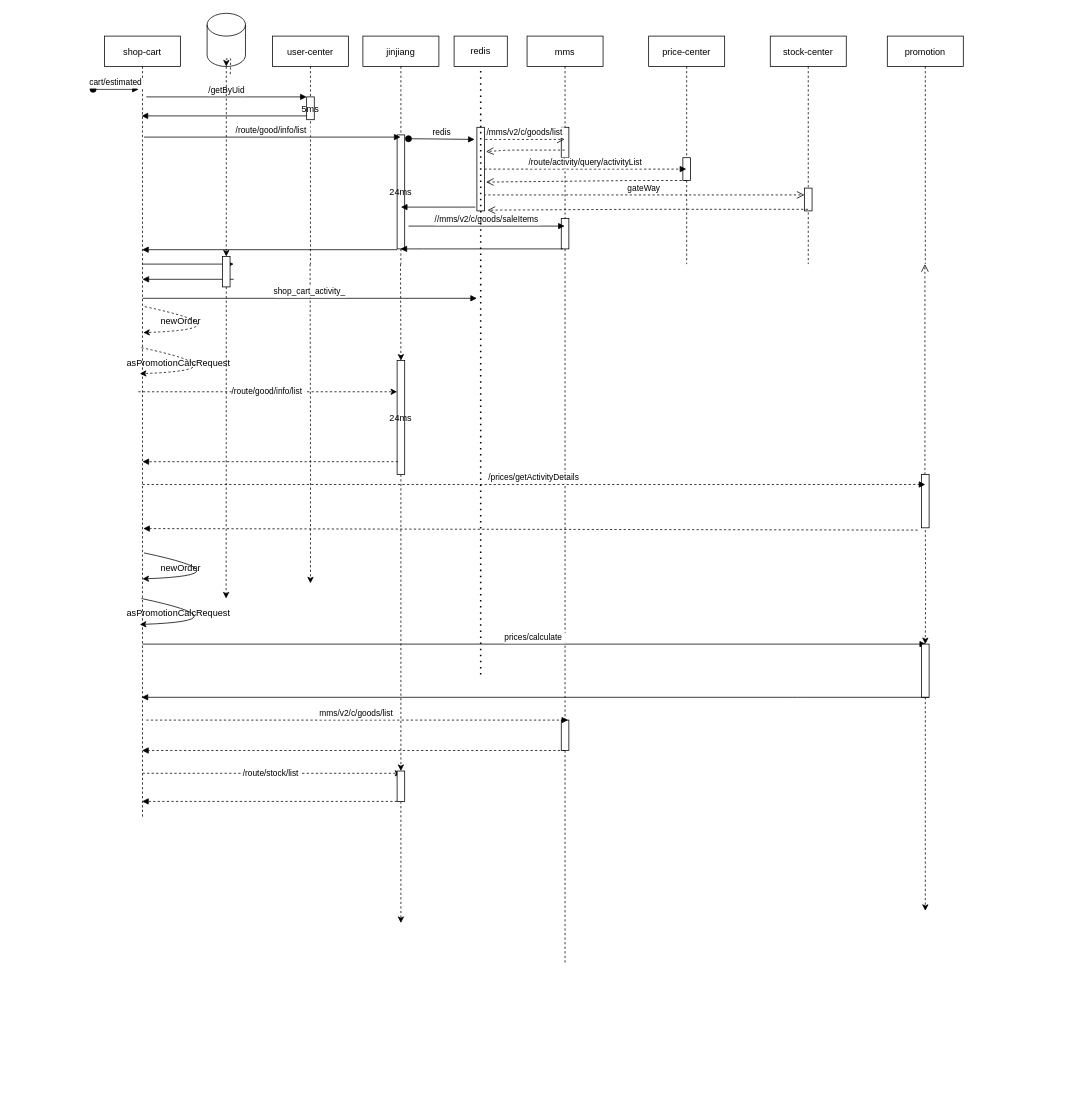
Earlier version of the draw.io diagram Untitled Diagram.drawio (liu11476/liujia_repository). Source tidied: cells renumbered, new cells numbered last; positions are measured from the earlier drawing's top-left corner, leaving out a move shared by most shapes. Both pictures are drawn from the tidied source at 76%, with x=0, y=0 at pixel (93, 13).
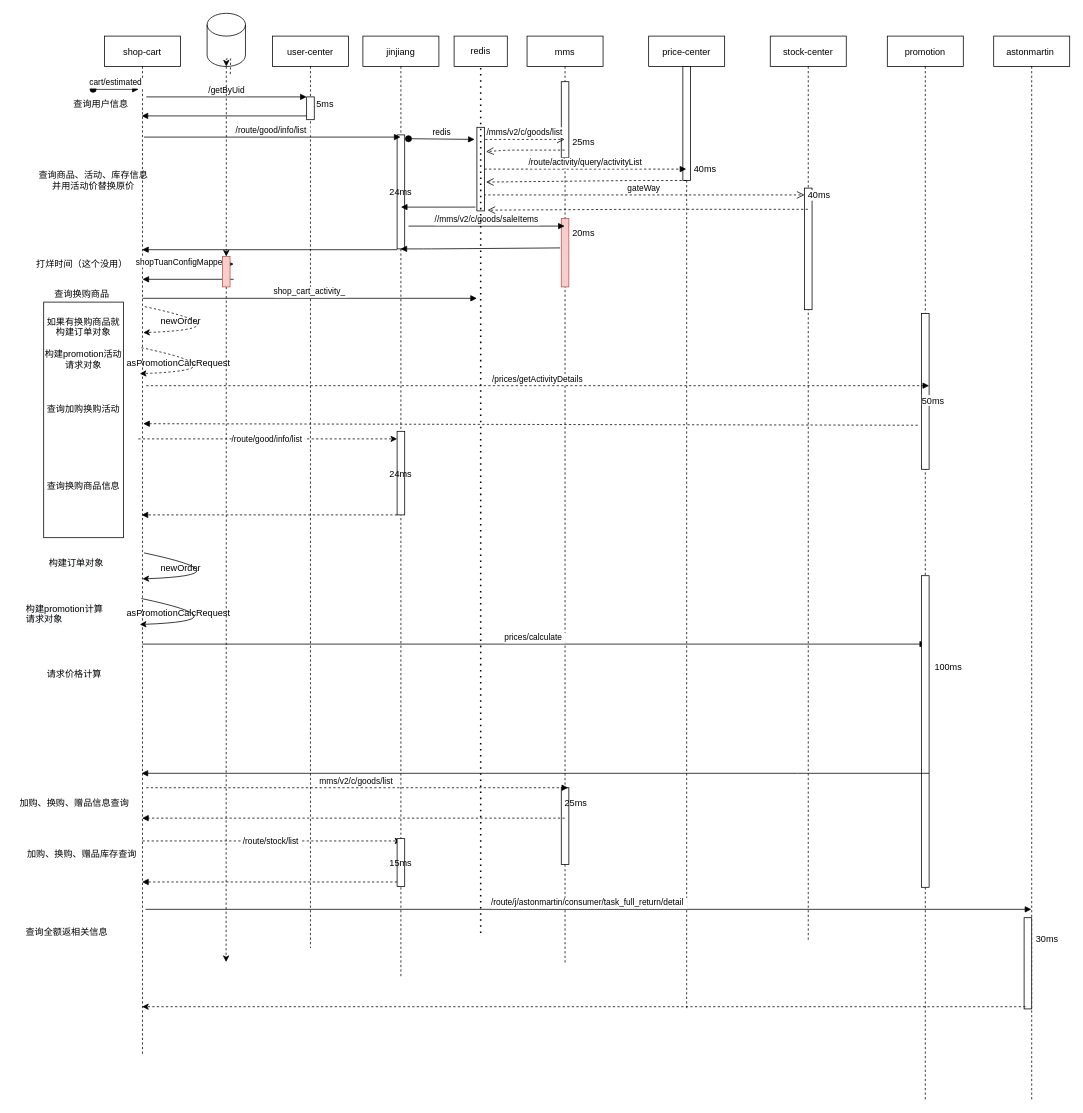
The same page after the edit.

The change refers to these unchanged cells:
```xml
<mxCell id="15" value="mms" style="shape=umlLifeline;perimeter=lifelinePerimeter;rounded=0;shadow=0;strokeWidth=1;" parent="1" vertex="1">
  <mxGeometry x="571" y="30" width="100" height="1220" as="geometry" />
</mxCell>
<mxCell id="34" value="redis" style="whiteSpace=wrap;html=1;" parent="1" vertex="1">
  <mxGeometry x="475" y="30" width="70" height="40" as="geometry" />
</mxCell>
<mxCell id="47" style="endArrow=classic;html=1;" parent="1" edge="1" source="2">
  <mxGeometry relative="1" as="geometry">
    <mxPoint x="185" y="330" as="targetPoint" />
  </mxGeometry>
</mxCell>
```

The edit, as a diff of the source:
```diff
@@
     <mxCell id="2" value="shop-cart" style="shape=umlLifeline;perimeter=lifelinePerimeter;rounded=0;shadow=0;strokeWidth=1;" parent="1" vertex="1">
-      <mxGeometry x="15" y="30" width="100" height="1030" as="geometry" />
+      <mxGeometry x="15" y="30" width="100" height="1340" as="geometry" />
     </mxCell>
@@
-    <mxCell id="4" style="edgeStyle=orthogonalEdgeStyle;rounded=0;jettySize=auto;html=1;dashed=1;" parent="1" edge="1" source="5">
-      <mxGeometry relative="1" as="geometry">
-        <mxPoint x="286" y="750" as="targetPoint" />
-      </mxGeometry>
-    </mxCell>
     <mxCell id="5" value="user-center" style="shape=umlLifeline;perimeter=lifelinePerimeter;rounded=0;shadow=0;strokeWidth=1;" parent="1" vertex="1">
-      <mxGeometry x="236" y="30" width="100" height="300" as="geometry" />
+      <mxGeometry x="236" y="30" width="100" height="1200" as="geometry" />
     </mxCell>
-    <mxCell id="6" value="5ms" style="points=[];perimeter=orthogonalPerimeter;rounded=0;shadow=0;strokeWidth=1;" parent="5" vertex="1">
+    <mxCell id="6" style="points=[];perimeter=orthogonalPerimeter;rounded=0;shadow=0;strokeWidth=1;" parent="5" vertex="1">
       <mxGeometry x="45" y="80" width="10" height="30" as="geometry" />
     </mxCell>
@@
-    <mxCell id="9" style="edgeStyle=orthogonalEdgeStyle;rounded=0;jettySize=auto;html=1;dashed=1;" parent="1" edge="1" source="66">
-      <mxGeometry relative="1" as="geometry">
-        <mxPoint x="405" y="1197" as="targetPoint" />
-      </mxGeometry>
-    </mxCell>
     <mxCell id="10" value="jinjiang" style="shape=umlLifeline;perimeter=lifelinePerimeter;rounded=0;shadow=0;strokeWidth=1;" parent="1" vertex="1">
-      <mxGeometry x="355" y="30" width="100" height="300" as="geometry" />
+      <mxGeometry x="355" y="30" width="100" height="1240" as="geometry" />
     </mxCell>
@@
     <mxCell id="16" style="perimeter=orthogonalPerimeter;rounded=0;shadow=0;strokeWidth=1;" parent="15" vertex="1">
-      <mxGeometry x="45" y="120" width="10" height="40" as="geometry" />
+      <mxGeometry x="45" y="60" width="10" height="100" as="geometry" />
     </mxCell>
-    <mxCell id="17" style="points=[];perimeter=orthogonalPerimeter;rounded=0;shadow=0;strokeWidth=1;" parent="15" vertex="1">
-      <mxGeometry x="45" y="240" width="10" height="40" as="geometry" />
+    <mxCell id="17" style="points=[];perimeter=orthogonalPerimeter;rounded=0;shadow=0;strokeWidth=1;fillColor=#f8cecc;strokeColor=#b85450;" parent="15" vertex="1">
+      <mxGeometry x="45" y="240" width="10" height="90" as="geometry" />
     </mxCell>
     <mxCell id="18" style="perimeter=orthogonalPerimeter;rounded=0;shadow=0;strokeWidth=1;" parent="15" vertex="1">
-      <mxGeometry x="45" y="900" width="10" height="40" as="geometry" />
+      <mxGeometry x="45" y="989" width="10" height="101" as="geometry" />
     </mxCell>
@@
-    <mxCell id="22" style="verticalAlign=bottom;endArrow=block;shadow=0;strokeWidth=1;exitX=0.2;exitY=1;exitDx=0;exitDy=0;exitPerimeter=0;" parent="1" edge="1" source="17" target="10">
+    <mxCell id="22" style="verticalAlign=bottom;endArrow=block;shadow=0;strokeWidth=1;exitX=-0.15;exitY=0.43;exitDx=0;exitDy=0;exitPerimeter=0;" parent="1" edge="1" source="17" target="10">
       <mxGeometry relative="1" as="geometry">
         <Array as="points">
           <mxPoint x="445" y="310" />
         </Array>
       </mxGeometry>
     </mxCell>
     <mxCell id="23" value="price-center" style="shape=umlLifeline;perimeter=lifelinePerimeter;rounded=0;shadow=0;strokeWidth=1;" parent="1" vertex="1">
-      <mxGeometry x="731" y="30" width="100" height="300" as="geometry" />
+      <mxGeometry x="731" y="30" width="100" height="1280" as="geometry" />
     </mxCell>
     <mxCell id="24" style="perimeter=orthogonalPerimeter;rounded=0;shadow=0;strokeWidth=1;" parent="23" vertex="1">
-      <mxGeometry x="45" y="160" width="10" height="30" as="geometry" />
+      <mxGeometry x="45" y="40" width="10" height="150" as="geometry" />
     </mxCell>
@@
     <mxCell id="28" value="stock-center" style="shape=umlLifeline;perimeter=lifelinePerimeter;rounded=0;shadow=0;strokeWidth=1;" parent="1" vertex="1">
-      <mxGeometry x="891" y="30" width="100" height="300" as="geometry" />
+      <mxGeometry x="891" y="30" width="100" height="1190" as="geometry" />
     </mxCell>
@@
     <mxCell id="30" style="points=[];perimeter=orthogonalPerimeter;rounded=0;shadow=0;strokeWidth=1;" parent="1" vertex="1">
-      <mxGeometry x="936" y="230" width="10" height="30" as="geometry" />
+      <mxGeometry x="936" y="230" width="10" height="160" as="geometry" />
     </mxCell>
@@
     <mxCell id="35" style="endArrow=none;dashed=1;html=1;dashPattern=1 3;strokeWidth=2;entryX=0.5;entryY=1;entryDx=0;entryDy=0;" parent="1" edge="1" target="34">
       <mxGeometry relative="1" as="geometry">
-        <mxPoint x="510" y="870" as="sourcePoint" />
+        <mxPoint x="510" y="1210" as="sourcePoint" />
       </mxGeometry>
     </mxCell>
@@
-    <mxCell id="41" style="edgeStyle=orthogonalEdgeStyle;rounded=0;jettySize=auto;html=1;dashed=1;" parent="1" edge="1" source="60">
-      <mxGeometry relative="1" as="geometry">
-        <mxPoint x="1095" y="1181" as="targetPoint" />
-      </mxGeometry>
-    </mxCell>
     <mxCell id="42" value="promotion" style="shape=umlLifeline;perimeter=lifelinePerimeter;rounded=0;shadow=0;strokeWidth=1;" parent="1" vertex="1">
-      <mxGeometry x="1045" y="30" width="100" height="300" as="geometry" />
+      <mxGeometry x="1045" y="30" width="100" height="1400" as="geometry" />
     </mxCell>
-    <mxCell id="43" style="verticalAlign=bottom;endArrow=open;dashed=1;endSize=8;shadow=0;strokeWidth=1;" parent="1" edge="1" source="44" target="42">
-      <mxGeometry relative="1" as="geometry" />
-    </mxCell>
-    <mxCell id="44" style="points=[];perimeter=orthogonalPerimeter;rounded=0;shadow=0;strokeWidth=1;" parent="1" vertex="1">
-      <mxGeometry x="1090" y="607" width="10" height="70" as="geometry" />
+    <mxCell id="44" style="points=[];perimeter=orthogonalPerimeter;rounded=0;shadow=0;strokeWidth=1;" parent="42" vertex="1">
+      <mxGeometry x="45" y="365" width="10" height="205" as="geometry" />
     </mxCell>
     <mxCell id="45" value="/prices/getActivityDetails" style="verticalAlign=bottom;endArrow=block;shadow=0;strokeWidth=1;dashed=1;" parent="1" edge="1">
       <mxGeometry relative="1" as="geometry">
-        <mxPoint x="65" y="620" as="sourcePoint" />
-        <mxPoint x="1095" y="620" as="targetPoint" />
+        <mxPoint x="70" y="490" as="sourcePoint" />
+        <mxPoint x="1100" y="490" as="targetPoint" />
       </mxGeometry>
     </mxCell>
     <mxCell id="46" style="edgeStyle=orthogonalEdgeStyle;rounded=0;jettySize=auto;html=1;dashed=1;exitX=0.5;exitY=1;exitDx=0;exitDy=0;" parent="1" edge="1" source="51">
       <mxGeometry relative="1" as="geometry">
-        <mxPoint x="175" y="770" as="targetPoint" />
+        <mxPoint x="175" y="1248.3" as="targetPoint" />
       </mxGeometry>
     </mxCell>
@@
+    <mxCell id="72" value="shopTuanConfigMapper" style="edgeLabel;html=1;align=center;verticalAlign=middle;" parent="47" vertex="1">
+      <mxGeometry x="-0.17" y="3" relative="1" as="geometry" />
+    </mxCell>
@@
-    <mxCell id="51" style="rounded=0;whiteSpace=wrap;html=1;" parent="1" vertex="1">
+    <mxCell id="51" style="rounded=0;whiteSpace=wrap;html=1;fillColor=#f8cecc;strokeColor=#b85450;" parent="1" vertex="1">
       <mxGeometry x="170.2" y="320" width="10" height="40" as="geometry" />
     </mxCell>
@@
     <mxCell id="53" style="verticalAlign=bottom;endArrow=block;shadow=0;strokeWidth=1;dashed=1;" parent="1" edge="1">
       <mxGeometry relative="1" as="geometry">
-        <mxPoint x="1085" y="680" as="sourcePoint" />
-        <mxPoint x="66" y="678" as="targetPoint" />
+        <mxPoint x="1085" y="542" as="sourcePoint" />
+        <mxPoint x="66" y="540" as="targetPoint" />
       </mxGeometry>
     </mxCell>
@@
     <mxCell id="58" value="&lt;span style=&quot;font-size: 11px&quot;&gt;/route/good/info/list&amp;nbsp;&lt;/span&gt;" style="endArrow=classic;html=1;dashed=1;" parent="1" edge="1">
       <mxGeometry relative="1" as="geometry">
-        <mxPoint x="59.5" y="498" as="sourcePoint" />
-        <mxPoint x="400" y="498" as="targetPoint" />
+        <mxPoint x="59.5" y="560" as="sourcePoint" />
+        <mxPoint x="400" y="560" as="targetPoint" />
       </mxGeometry>
     </mxCell>
@@
     <mxCell id="60" style="points=[];perimeter=orthogonalPerimeter;rounded=0;shadow=0;strokeWidth=1;" parent="1" vertex="1">
-      <mxGeometry x="1090" y="830" width="10" height="70" as="geometry" />
+      <mxGeometry x="1090" y="740" width="10" height="410" as="geometry" />
     </mxCell>
-    <mxCell id="61" style="edgeStyle=orthogonalEdgeStyle;rounded=0;jettySize=auto;html=1;dashed=1;" parent="1" edge="1" target="60">
-      <mxGeometry relative="1" as="geometry">
-        <mxPoint x="1095" y="680" as="sourcePoint" />
-      </mxGeometry>
-    </mxCell>
     <mxCell id="62" style="verticalAlign=bottom;endArrow=block;shadow=0;strokeWidth=1;exitX=0.2;exitY=1;exitDx=0;exitDy=0;exitPerimeter=0;" parent="1" edge="1">
       <mxGeometry relative="1" as="geometry">
-        <mxPoint x="1100" y="900" as="sourcePoint" />
-        <mxPoint x="63.8" y="900" as="targetPoint" />
+        <mxPoint x="1100" y="1000" as="sourcePoint" />
+        <mxPoint x="63.8" y="1000" as="targetPoint" />
         <Array as="points">
-          <mxPoint x="927" y="900" />
+          <mxPoint x="927" y="1000" />
         </Array>
       </mxGeometry>
     </mxCell>
     <mxCell id="63" value="mms/v2/c/goods/list " style="verticalAlign=bottom;endArrow=block;shadow=0;strokeWidth=1;dashed=1;" parent="1" edge="1">
       <mxGeometry relative="1" as="geometry">
-        <mxPoint x="70" y="930" as="sourcePoint" />
-        <mxPoint x="625" y="930" as="targetPoint" />
+        <mxPoint x="70" y="1019" as="sourcePoint" />
+        <mxPoint x="625" y="1019" as="targetPoint" />
       </mxGeometry>
     </mxCell>
     <mxCell id="64" style="verticalAlign=bottom;endArrow=block;shadow=0;strokeWidth=1;dashed=1;" parent="1" edge="1">
       <mxGeometry relative="1" as="geometry">
-        <mxPoint x="620.5" y="970" as="sourcePoint" />
-        <mxPoint x="64.5" y="970" as="targetPoint" />
+        <mxPoint x="620.5" y="1059" as="sourcePoint" />
+        <mxPoint x="64.5" y="1059" as="targetPoint" />
       </mxGeometry>
     </mxCell>
     <mxCell id="65" value="&lt;span style=&quot;font-size: 11px&quot;&gt;/route/stock/list&amp;nbsp;&lt;/span&gt;" style="endArrow=classic;html=1;dashed=1;" parent="1" edge="1">
       <mxGeometry relative="1" as="geometry">
-        <mxPoint x="65" y="1000" as="sourcePoint" />
-        <mxPoint x="405.5" y="1000" as="targetPoint" />
+        <mxPoint x="65" y="1089" as="sourcePoint" />
+        <mxPoint x="405.5" y="1089" as="targetPoint" />
       </mxGeometry>
     </mxCell>
-    <mxCell id="66" style="points=[];perimeter=orthogonalPerimeter;rounded=0;shadow=0;strokeWidth=1;" parent="1" vertex="1">
-      <mxGeometry x="400" y="997" width="10" height="40" as="geometry" />
+    <mxCell id="66" value="15ms" style="points=[];perimeter=orthogonalPerimeter;rounded=0;shadow=0;strokeWidth=1;" parent="1" vertex="1">
+      <mxGeometry x="400" y="1086" width="10" height="63" as="geometry" />
     </mxCell>
-    <mxCell id="67" style="edgeStyle=orthogonalEdgeStyle;rounded=0;jettySize=auto;html=1;dashed=1;" parent="1" edge="1" source="69" target="66">
-      <mxGeometry relative="1" as="geometry" />
-    </mxCell>
     <mxCell id="68" style="verticalAlign=bottom;endArrow=block;shadow=0;strokeWidth=1;exitX=0;exitY=1.007;exitDx=0;exitDy=0;exitPerimeter=0;dashed=1;" parent="1" edge="1">
       <mxGeometry relative="1" as="geometry">
-        <mxPoint x="400" y="1037" as="sourcePoint" />
-        <mxPoint x="64.5" y="1037" as="targetPoint" />
+        <mxPoint x="400" y="1143" as="sourcePoint" />
+        <mxPoint x="64.5" y="1143" as="targetPoint" />
       </mxGeometry>
     </mxCell>
     <mxCell id="69" value="24ms" style="points=[];perimeter=orthogonalPerimeter;rounded=0;shadow=0;strokeWidth=1;" parent="1" vertex="1">
-      <mxGeometry x="400" y="457" width="10" height="150" as="geometry" />
+      <mxGeometry x="400" y="550" width="10" height="110" as="geometry" />
     </mxCell>
-    <mxCell id="70" style="edgeStyle=orthogonalEdgeStyle;rounded=0;jettySize=auto;html=1;dashed=1;" parent="1" edge="1" source="10" target="69">
-      <mxGeometry relative="1" as="geometry" />
-    </mxCell>
     <mxCell id="71" style="verticalAlign=bottom;endArrow=block;shadow=0;strokeWidth=1;exitX=0;exitY=1.007;exitDx=0;exitDy=0;exitPerimeter=0;dashed=1;" parent="1" edge="1">
       <mxGeometry relative="1" as="geometry">
-        <mxPoint x="401.2" y="590" as="sourcePoint" />
-        <mxPoint x="65" y="590" as="targetPoint" />
+        <mxPoint x="400" y="660" as="sourcePoint" />
+        <mxPoint x="63.8" y="660" as="targetPoint" />
       </mxGeometry>
     </mxCell>
+    <mxCell id="73" value="查询用户信息" style="text;html=1;align=center;verticalAlign=middle;" parent="1" vertex="1">
+      <mxGeometry x="-35" y="110" width="90" height="20" as="geometry" />
+    </mxCell>
+    <mxCell id="74" value="查询商品、活动、库存信息&lt;br&gt;并用活动价替换原价" style="text;html=1;align=center;verticalAlign=middle;" parent="1" vertex="1">
+      <mxGeometry x="-80" y="205" width="160" height="30" as="geometry" />
+    </mxCell>
+    <mxCell id="75" value="打烊时间（这个没用）" style="text;html=1;align=center;verticalAlign=middle;" parent="1" vertex="1">
+      <mxGeometry x="-85" y="320" width="140" height="20" as="geometry" />
+    </mxCell>
+    <mxCell id="76" value="查询换购商品" style="text;html=1;align=center;verticalAlign=middle;" parent="1" vertex="1">
+      <mxGeometry x="-60" y="360" width="90" height="20" as="geometry" />
+    </mxCell>
+    <mxCell id="77" value="如果有换购商品就构建订单对象&lt;br&gt;&lt;br&gt;构建promotion活动请求对象&lt;br&gt;&lt;br&gt;&lt;br&gt;&lt;br&gt;查询加购换购活动&lt;br&gt;&lt;br&gt;&lt;br&gt;&lt;br&gt;&lt;br&gt;&lt;br&gt;&lt;br&gt;查询换购商品信息&lt;br&gt;&lt;br&gt;&lt;br&gt;&lt;br&gt;" style="rounded=0;whiteSpace=wrap;html=1;" parent="1" vertex="1">
+      <mxGeometry x="-65" y="380" width="105" height="310" as="geometry" />
+    </mxCell>
+    <mxCell id="78" value="astonmartin " style="shape=umlLifeline;perimeter=lifelinePerimeter;rounded=0;shadow=0;strokeWidth=1;" parent="1" vertex="1">
+      <mxGeometry x="1185" y="30" width="100" height="1400" as="geometry" />
+    </mxCell>
+    <mxCell id="79" style="points=[];perimeter=orthogonalPerimeter;rounded=0;shadow=0;strokeWidth=1;" parent="78" vertex="1">
+      <mxGeometry x="40" y="1160" width="10" height="120" as="geometry" />
+    </mxCell>
+    <mxCell id="80" value="/route/j/astonmartin/consumer/task_full_return/detail " style="verticalAlign=bottom;endArrow=block;shadow=0;strokeWidth=1;" parent="1" edge="1">
+      <mxGeometry relative="1" as="geometry">
+        <mxPoint x="69" y="1179" as="sourcePoint" />
+        <mxPoint x="1234.5" y="1179" as="targetPoint" />
+      </mxGeometry>
+    </mxCell>
+    <mxCell id="81" value="&lt;span style=&quot;color: rgb(0, 0, 0); font-family: helvetica; font-size: 12px; font-style: normal; font-weight: 400; letter-spacing: normal; text-align: center; text-indent: 0px; text-transform: none; word-spacing: 0px; background-color: rgb(248, 249, 250); display: inline; float: none;&quot;&gt;构建订单对象&lt;/span&gt;" style="text;whiteSpace=wrap;html=1;" parent="1" vertex="1">
+      <mxGeometry x="-60" y="710" width="100" height="30" as="geometry" />
+    </mxCell>
+    <mxCell id="82" value="&lt;span style=&quot;color: rgb(0 , 0 , 0) ; font-family: &amp;#34;helvetica&amp;#34; ; font-size: 12px ; font-style: normal ; font-weight: 400 ; letter-spacing: normal ; text-align: center ; text-indent: 0px ; text-transform: none ; word-spacing: 0px ; background-color: rgb(248 , 249 , 250) ; display: inline ; float: none&quot;&gt;构建promotion计算&lt;br&gt;请求对象&lt;/span&gt;" style="text;whiteSpace=wrap;html=1;" parent="1" vertex="1">
+      <mxGeometry x="-90" y="770" width="170" height="30" as="geometry" />
+    </mxCell>
+    <mxCell id="83" value="请求价格计算" style="text;html=1;align=center;verticalAlign=middle;" parent="1" vertex="1">
+      <mxGeometry x="-70" y="860" width="90" height="20" as="geometry" />
+    </mxCell>
+    <mxCell id="84" value="加购、换购、赠品信息查询" style="text;html=1;align=center;verticalAlign=middle;" parent="1" vertex="1">
+      <mxGeometry x="-105" y="1029" width="160" height="20" as="geometry" />
+    </mxCell>
+    <mxCell id="85" value="加购、换购、赠品库存查询" style="text;html=1;align=center;verticalAlign=middle;" parent="1" vertex="1">
+      <mxGeometry x="-95" y="1096" width="160" height="20" as="geometry" />
+    </mxCell>
+    <mxCell id="86" value="查询全额返相关信息" style="text;html=1;align=center;verticalAlign=middle;" parent="1" vertex="1">
+      <mxGeometry x="-95" y="1199" width="120" height="20" as="geometry" />
+    </mxCell>
+    <mxCell id="87" value="&lt;span style=&quot;font-family: , , &amp;#34;pingfang sc&amp;#34; , &amp;#34;helvetica&amp;#34; , &amp;#34;tahoma&amp;#34; , &amp;#34;arial&amp;#34; , &amp;#34;hiragino sans gb&amp;#34; , &amp;#34;microsoft yahei&amp;#34; , &amp;#34;simsun&amp;#34; , &amp;#34;heiti&amp;#34; , sans-serif ; text-align: left ; background-color: rgb(255 , 255 , 255)&quot;&gt;25ms&lt;/span&gt;" style="text;html=1;align=center;verticalAlign=middle;" parent="1" vertex="1">
+      <mxGeometry x="625" y="160" width="40" height="20" as="geometry" />
+    </mxCell>
+    <mxCell id="88" value="&lt;span style=&quot;font-family: , , &amp;#34;pingfang sc&amp;#34; , &amp;#34;helvetica&amp;#34; , &amp;#34;tahoma&amp;#34; , &amp;#34;arial&amp;#34; , &amp;#34;hiragino sans gb&amp;#34; , &amp;#34;microsoft yahei&amp;#34; , &amp;#34;simsun&amp;#34; , &amp;#34;heiti&amp;#34; , sans-serif ; text-align: right ; background-color: rgb(255 , 255 , 255)&quot;&gt;20ms&lt;/span&gt;" style="text;html=1;align=center;verticalAlign=middle;" parent="1" vertex="1">
+      <mxGeometry x="625" y="280" width="40" height="20" as="geometry" />
+    </mxCell>
+    <mxCell id="89" value="&lt;span style=&quot;font-family: , , &amp;#34;pingfang sc&amp;#34; , &amp;#34;helvetica&amp;#34; , &amp;#34;tahoma&amp;#34; , &amp;#34;arial&amp;#34; , &amp;#34;hiragino sans gb&amp;#34; , &amp;#34;microsoft yahei&amp;#34; , &amp;#34;simsun&amp;#34; , &amp;#34;heiti&amp;#34; , sans-serif ; text-align: right ; background-color: rgb(255 , 255 , 255)&quot;&gt;40ms&lt;/span&gt;" style="text;html=1;align=center;verticalAlign=middle;" parent="1" vertex="1">
+      <mxGeometry x="785" y="195" width="40" height="20" as="geometry" />
+    </mxCell>
+    <mxCell id="90" value="&lt;span style=&quot;text-align: right ; background-color: rgb(255 , 255 , 255)&quot;&gt;40ms&lt;/span&gt;" style="text;html=1;align=center;verticalAlign=middle;" parent="1" vertex="1">
+      <mxGeometry x="935" y="230" width="40" height="20" as="geometry" />
+    </mxCell>
+    <mxCell id="91" value="&lt;span style=&quot;text-align: right ; background-color: rgb(255 , 255 , 255)&quot;&gt;5ms&lt;/span&gt;" style="text;html=1;align=center;verticalAlign=middle;" parent="1" vertex="1">
+      <mxGeometry x="285" y="110" width="40" height="20" as="geometry" />
+    </mxCell>
+    <mxCell id="92" value="&lt;span style=&quot;font-family: , , &amp;#34;pingfang sc&amp;#34; , &amp;#34;helvetica&amp;#34; , &amp;#34;tahoma&amp;#34; , &amp;#34;arial&amp;#34; , &amp;#34;hiragino sans gb&amp;#34; , &amp;#34;microsoft yahei&amp;#34; , &amp;#34;simsun&amp;#34; , &amp;#34;heiti&amp;#34; , sans-serif ; text-align: left ; background-color: rgb(255 , 255 , 255)&quot;&gt;50ms&lt;/span&gt;" style="text;html=1;align=center;verticalAlign=middle;" parent="1" vertex="1">
+      <mxGeometry x="1085" y="500" width="40" height="20" as="geometry" />
+    </mxCell>
+    <mxCell id="93" value="25ms" style="text;html=1;align=center;verticalAlign=middle;" parent="1" vertex="1">
+      <mxGeometry x="615" y="1029" width="40" height="20" as="geometry" />
+    </mxCell>
+    <mxCell id="94" value="100ms" style="text;html=1;align=center;verticalAlign=middle;" parent="1" vertex="1">
+      <mxGeometry x="1100" y="850" width="50" height="20" as="geometry" />
+    </mxCell>
+    <mxCell id="95" value="&lt;span style=&quot;font-family: , , &amp;#34;pingfang sc&amp;#34; , &amp;#34;helvetica&amp;#34; , &amp;#34;tahoma&amp;#34; , &amp;#34;arial&amp;#34; , &amp;#34;hiragino sans gb&amp;#34; , &amp;#34;microsoft yahei&amp;#34; , &amp;#34;simsun&amp;#34; , &amp;#34;heiti&amp;#34; , sans-serif ; text-align: left ; background-color: rgb(255 , 255 , 255)&quot;&gt;30ms&lt;/span&gt;" style="text;html=1;align=center;verticalAlign=middle;" parent="1" vertex="1">
+      <mxGeometry x="1235" y="1209" width="40" height="20" as="geometry" />
+    </mxCell>
+    <mxCell id="96" style="endArrow=classic;html=1;dashed=1;exitX=0.186;exitY=0.976;exitDx=0;exitDy=0;exitPerimeter=0;" parent="1" edge="1" source="79" target="2">
+      <mxGeometry relative="1" as="geometry" />
+    </mxCell>
```
